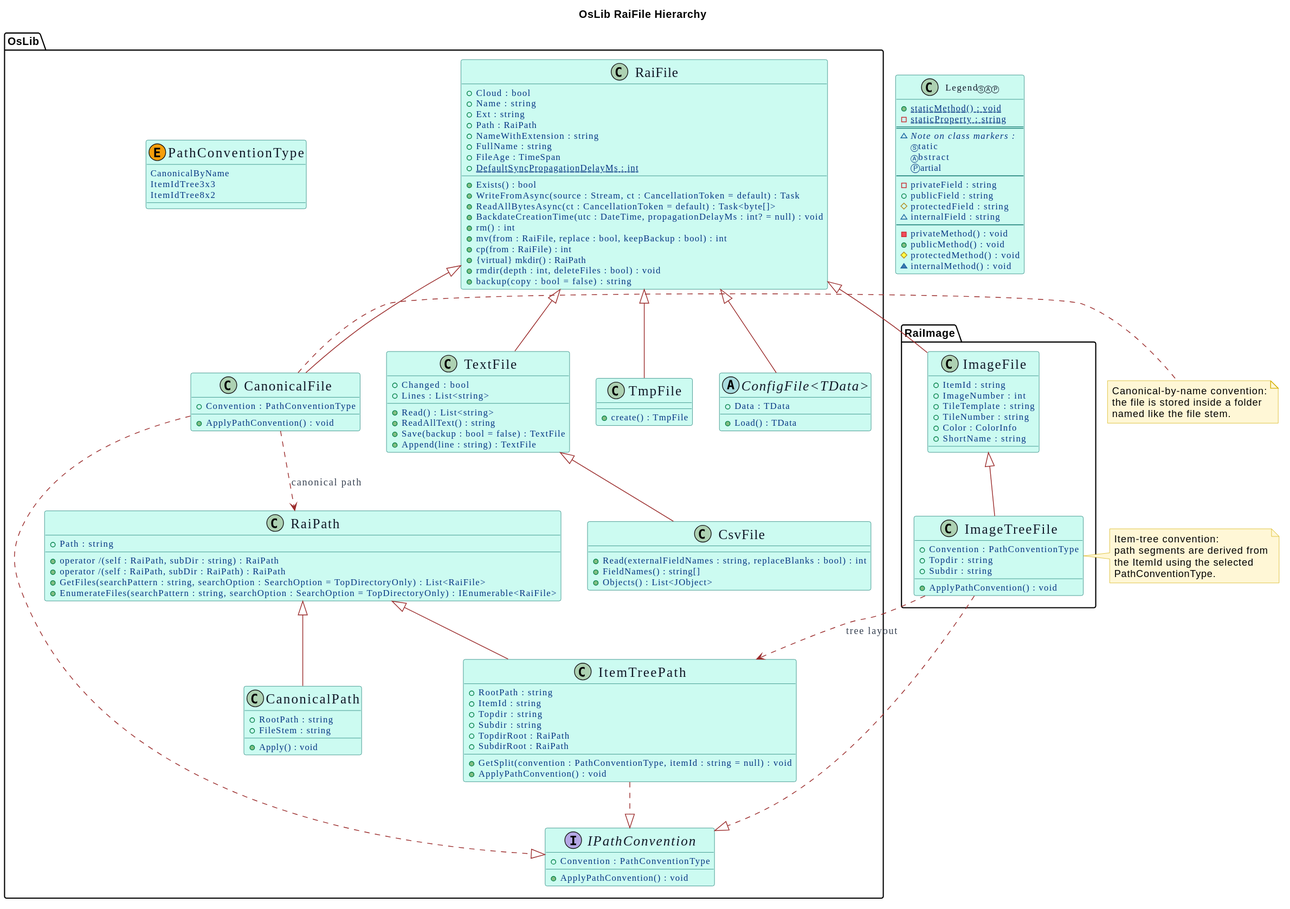
This is OsLib-RaiFile-Hierarchy.svg from Burkhardt/OsLib, a PlantUML export, as it was before one commit.
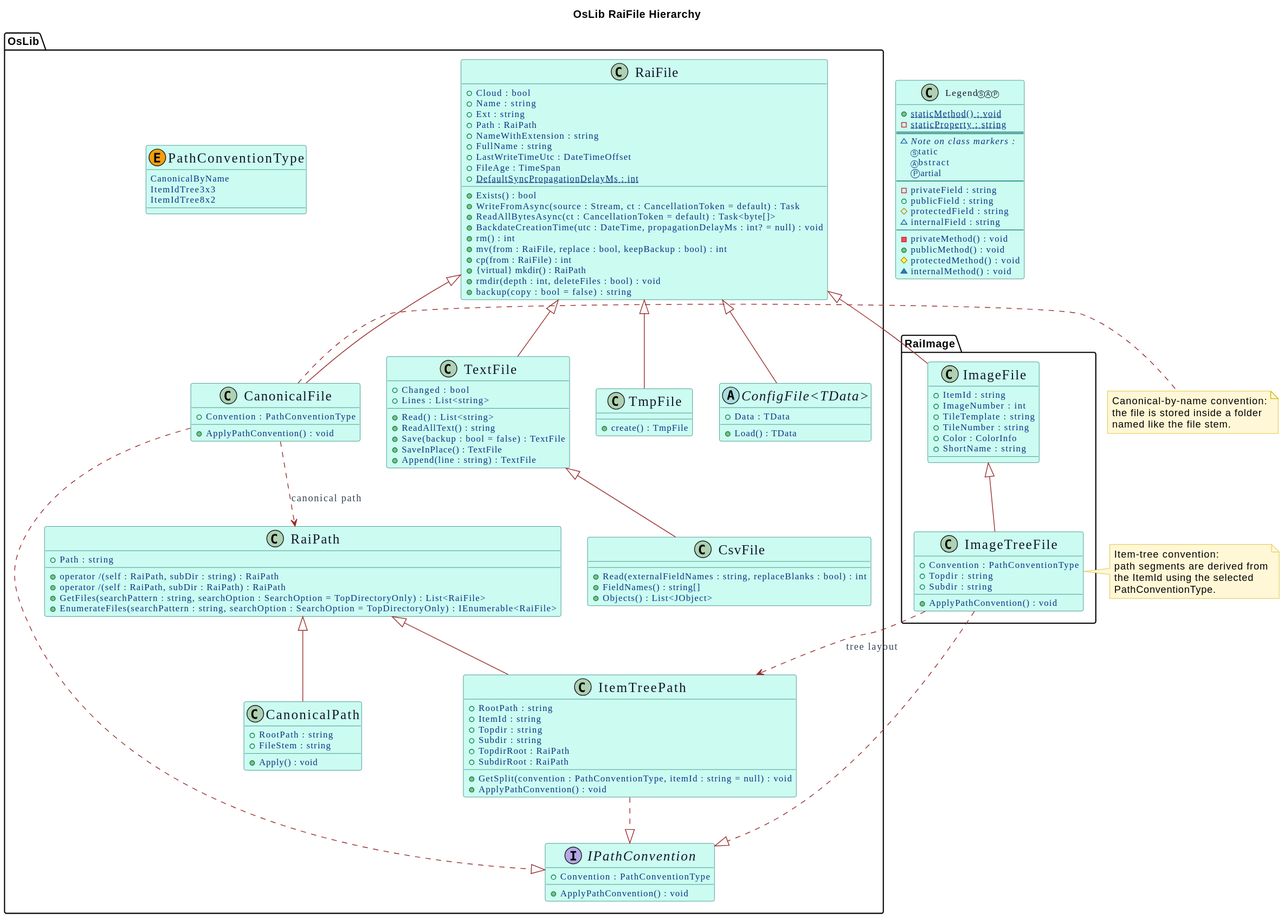
Later version of the same file.

What changed in the source:
```diff
@@ -76,6 +76,7 @@
 		+Path : RaiPath
 		+NameWithExtension : string
 		+FullName : string
+		+LastWriteTimeUtc : DateTimeOffset
 		+FileAge : TimeSpan
 		+{static} DefaultSyncPropagationDelayMs : int
 		+Exists() : bool
@@ -96,6 +97,7 @@
 		+Read() : List<string>
 		+ReadAllText() : string
 		+Save(backup : bool = false) : TextFile
+		+SaveInPlace() : TextFile
 		+Append(line : string) : TextFile
 	}
 
```
